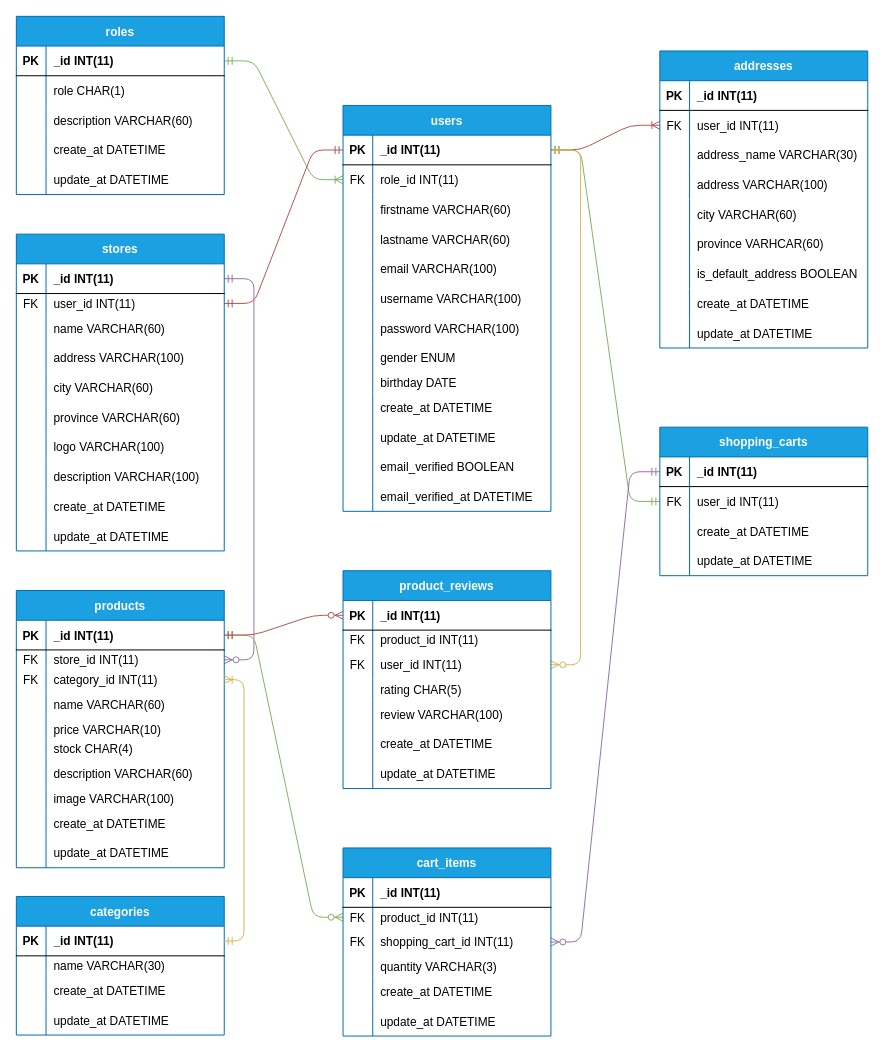
The draw.io diagram Untitled Diagram.drawio in aldhyx/db-design-jejaklangkah, before the edit. Source tidied: cells renumbered, new cells numbered last; positions are measured from the earlier drawing's top-left corner, leaving out a move shared by most shapes. Both pictures are drawn from the tidied source at 99%, with x=0, y=0 at pixel (16, 16).
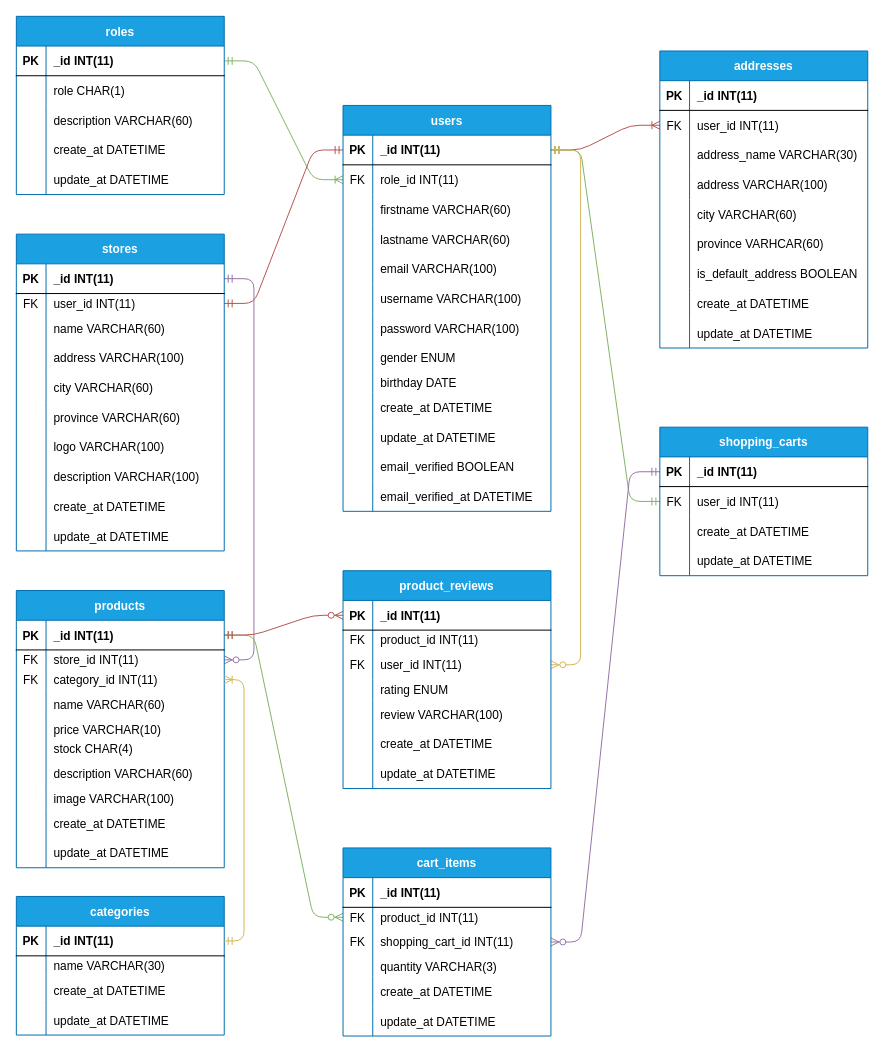
Above is the later version.

Commit message:
update products reviews field.drawio

The change refers to these unchanged cells:
```xml
<mxCell id="168" style="shape=partialRectangle;fillColor=none;top=0;left=0;bottom=0;right=0;" parent="158" vertex="1">
  <mxGeometry y="110" width="210" height="20" as="geometry" />
</mxCell>
```

What changed in the source:
```diff
@@
-    <mxCell id="170" value="rating CHAR(5)" style="shape=partialRectangle;fillColor=none;top=0;left=0;bottom=0;right=0;align=left;spacingLeft=6;overflow=hidden;" parent="168" vertex="1">
+    <mxCell id="170" value="rating ENUM" style="shape=partialRectangle;fillColor=none;top=0;left=0;bottom=0;right=0;align=left;spacingLeft=6;overflow=hidden;" parent="168" vertex="1">
       <mxGeometry x="30" width="180" height="20" as="geometry" />
     </mxCell>
```
